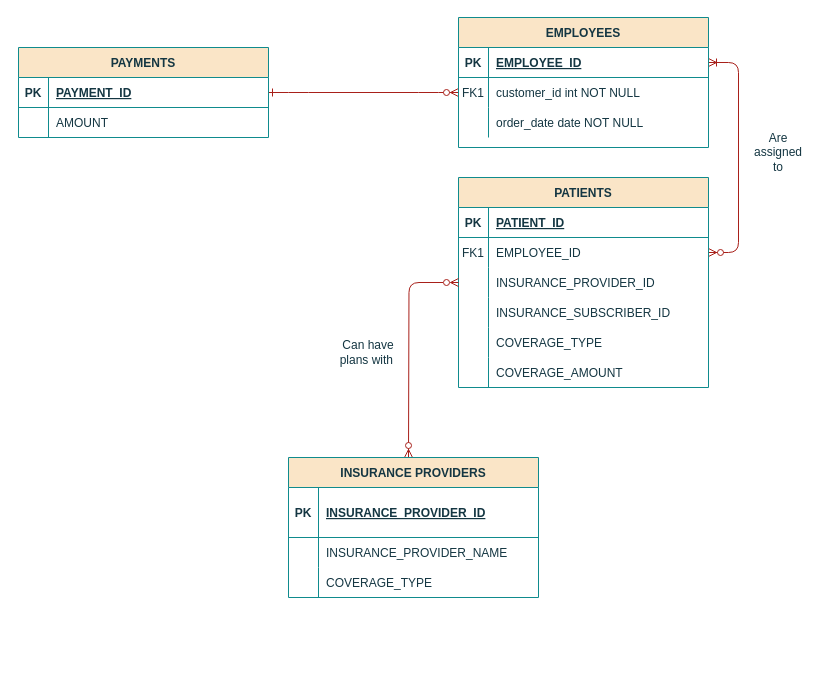
Above: hw.drawio in donjuli990/HW1 (draw.io), before the change. Source tidied: cells renumbered, new cells numbered last; positions are measured from the earlier drawing's top-left corner, leaving out a move shared by most shapes. Both pictures are drawn from the tidied source at 100%, with x=0, y=0 at pixel (18, 17).
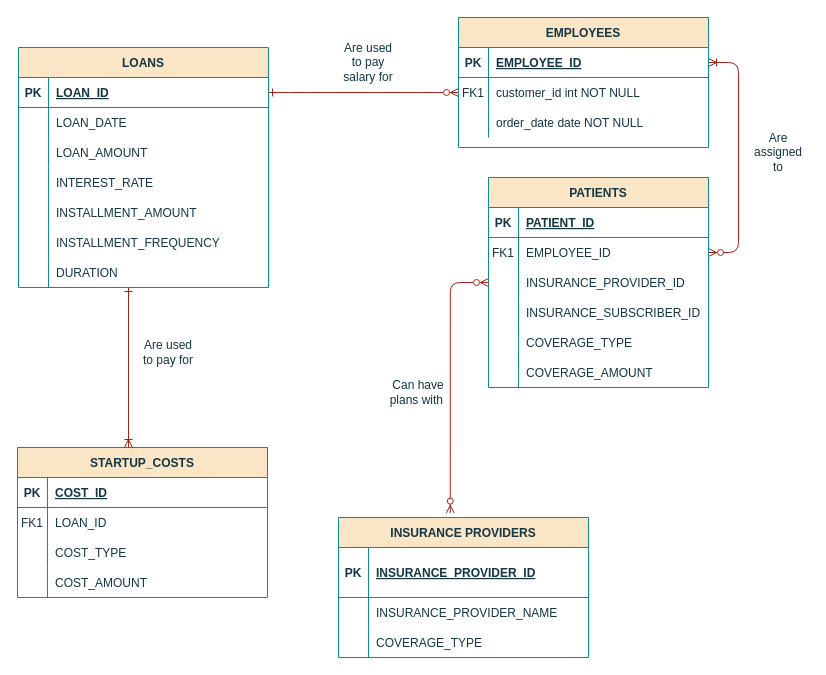
The same diagram, later.

Unchanged cells that the change refers to:
```xml
<mxCell id="34" style="shape=partialRectangle;fillColor=none;points=[[0,0.5],[1,0.5]];portConstraint=eastwest;top=0;left=0;right=0;bottom=1;labelBackgroundColor=none;strokeColor=#0F8B8D;fontColor=#143642;" parent="33" vertex="1">
  <mxGeometry y="30" width="250" height="30" as="geometry" />
</mxCell>
```

Diff of the diagram source:
```diff
@@
     <mxCell id="14" value="PATIENTS" style="shape=table;startSize=30;childLayout=tableLayout;rowLines=0;fontStyle=1;align=center;labelBackgroundColor=none;fillColor=#FAE5C7;strokeColor=#0F8B8D;fontColor=#143642;" parent="1" vertex="1">
-      <mxGeometry x="440" y="160" width="250" height="210" as="geometry" />
+      <mxGeometry x="470" y="160" width="220" height="210" as="geometry" />
     </mxCell>
     <mxCell id="15" style="shape=partialRectangle;fillColor=none;top=0;left=0;right=0;bottom=1;labelBackgroundColor=none;strokeColor=#0F8B8D;fontColor=#143642;" parent="14" vertex="1">
-      <mxGeometry y="30" width="250" height="30" as="geometry" />
+      <mxGeometry y="30" width="220" height="30" as="geometry" />
     </mxCell>
@@
     <mxCell id="17" value="PATIENT_ID" style="shape=partialRectangle;overflow=hidden;fillColor=none;top=0;left=0;bottom=0;right=0;align=left;spacingLeft=6;fontStyle=5;labelBackgroundColor=none;strokeColor=#0F8B8D;fontColor=#143642;" parent="15" vertex="1">
-      <mxGeometry x="30" width="220" height="30" as="geometry" />
+      <mxGeometry x="30" width="190" height="30" as="geometry" />
     </mxCell>
     <mxCell id="18" style="shape=partialRectangle;fillColor=none;points=[[0,0.5],[1,0.5]];portConstraint=eastwest;top=0;left=0;right=0;bottom=0;labelBackgroundColor=none;strokeColor=#0F8B8D;fontColor=#143642;" parent="14" vertex="1">
-      <mxGeometry y="60" width="250" height="30" as="geometry" />
+      <mxGeometry y="60" width="220" height="30" as="geometry" />
     </mxCell>
@@
     <mxCell id="20" value="EMPLOYEE_ID" style="shape=partialRectangle;overflow=hidden;fillColor=none;top=0;left=0;bottom=0;right=0;align=left;spacingLeft=6;labelBackgroundColor=none;strokeColor=#0F8B8D;fontColor=#143642;" parent="18" vertex="1">
-      <mxGeometry x="30" width="220" height="30" as="geometry" />
+      <mxGeometry x="30" width="190" height="30" as="geometry" />
     </mxCell>
     <mxCell id="21" style="shape=partialRectangle;fillColor=none;points=[[0,0.5],[1,0.5]];portConstraint=eastwest;top=0;left=0;right=0;bottom=0;labelBackgroundColor=none;strokeColor=#0F8B8D;fontColor=#143642;" parent="14" vertex="1">
-      <mxGeometry y="90" width="250" height="30" as="geometry" />
+      <mxGeometry y="90" width="220" height="30" as="geometry" />
     </mxCell>
@@
     <mxCell id="23" value="INSURANCE_PROVIDER_ID" style="shape=partialRectangle;overflow=hidden;fillColor=none;top=0;left=0;bottom=0;right=0;align=left;spacingLeft=6;labelBackgroundColor=none;strokeColor=#0F8B8D;fontColor=#143642;" parent="21" vertex="1">
-      <mxGeometry x="30" width="220" height="30" as="geometry" />
+      <mxGeometry x="30" width="190" height="30" as="geometry" />
     </mxCell>
     <mxCell id="24" style="shape=partialRectangle;fillColor=none;top=0;left=0;right=0;bottom=0;labelBackgroundColor=none;strokeColor=#0F8B8D;fontColor=#143642;" parent="14" vertex="1">
-      <mxGeometry y="120" width="250" height="30" as="geometry" />
+      <mxGeometry y="120" width="220" height="30" as="geometry" />
     </mxCell>
@@
     <mxCell id="26" value="INSURANCE_SUBSCRIBER_ID" style="shape=partialRectangle;overflow=hidden;fillColor=none;top=0;left=0;bottom=0;right=0;align=left;spacingLeft=6;labelBackgroundColor=none;strokeColor=#0F8B8D;fontColor=#143642;" parent="24" vertex="1">
-      <mxGeometry x="30" width="220" height="30" as="geometry" />
+      <mxGeometry x="30" width="190" height="30" as="geometry" />
     </mxCell>
     <mxCell id="27" style="shape=partialRectangle;fillColor=none;top=0;left=0;right=0;bottom=0;labelBackgroundColor=none;strokeColor=#0F8B8D;fontColor=#143642;" parent="14" vertex="1">
-      <mxGeometry y="150" width="250" height="30" as="geometry" />
+      <mxGeometry y="150" width="220" height="30" as="geometry" />
     </mxCell>
@@
     <mxCell id="29" value="COVERAGE_TYPE" style="shape=partialRectangle;overflow=hidden;fillColor=none;top=0;left=0;bottom=0;right=0;align=left;spacingLeft=6;labelBackgroundColor=none;strokeColor=#0F8B8D;fontColor=#143642;" parent="27" vertex="1">
-      <mxGeometry x="30" width="220" height="30" as="geometry" />
+      <mxGeometry x="30" width="190" height="30" as="geometry" />
     </mxCell>
     <mxCell id="30" style="shape=partialRectangle;fillColor=none;top=0;left=0;right=0;bottom=0;labelBackgroundColor=none;strokeColor=#0F8B8D;fontColor=#143642;" parent="14" vertex="1">
-      <mxGeometry y="180" width="250" height="30" as="geometry" />
+      <mxGeometry y="180" width="220" height="30" as="geometry" />
     </mxCell>
@@
     <mxCell id="32" value="COVERAGE_AMOUNT" style="shape=partialRectangle;overflow=hidden;fillColor=none;top=0;left=0;bottom=0;right=0;align=left;spacingLeft=6;labelBackgroundColor=none;strokeColor=#0F8B8D;fontColor=#143642;" parent="30" vertex="1">
-      <mxGeometry x="30" width="220" height="30" as="geometry" />
+      <mxGeometry x="30" width="190" height="30" as="geometry" />
     </mxCell>
-    <mxCell id="33" value="PAYMENTS" style="shape=table;startSize=30;childLayout=tableLayout;rowLines=0;fontStyle=1;align=center;labelBackgroundColor=none;fillColor=#FAE5C7;strokeColor=#0F8B8D;fontColor=#143642;" parent="1" vertex="1">
-      <mxGeometry y="30" width="250" height="90" as="geometry" />
+    <mxCell id="33" value="LOANS" style="shape=table;startSize=30;childLayout=tableLayout;rowLines=0;fontStyle=1;align=center;labelBackgroundColor=none;fillColor=#FAE5C7;strokeColor=#0F8B8D;fontColor=#143642;" parent="1" vertex="1">
+      <mxGeometry y="30" width="250" height="240" as="geometry" />
     </mxCell>
@@
-    <mxCell id="36" value="PAYMENT_ID" style="shape=partialRectangle;overflow=hidden;fillColor=none;top=0;left=0;bottom=0;right=0;align=left;spacingLeft=6;fontStyle=5;labelBackgroundColor=none;strokeColor=#0F8B8D;fontColor=#143642;" parent="34" vertex="1">
+    <mxCell id="36" value="LOAN_ID" style="shape=partialRectangle;overflow=hidden;fillColor=none;top=0;left=0;bottom=0;right=0;align=left;spacingLeft=6;fontStyle=5;labelBackgroundColor=none;strokeColor=#0F8B8D;fontColor=#143642;" parent="34" vertex="1">
       <mxGeometry x="30" width="220" height="30" as="geometry" />
     </mxCell>
+    <mxCell id="53" style="shape=partialRectangle;fillColor=none;top=0;left=0;right=0;bottom=0;labelBackgroundColor=none;strokeColor=#0F8B8D;fontColor=#143642;" parent="33" vertex="1">
+      <mxGeometry y="60" width="250" height="30" as="geometry" />
+    </mxCell>
+    <mxCell id="54" style="shape=partialRectangle;overflow=hidden;fillColor=none;top=0;left=0;bottom=0;right=0;labelBackgroundColor=none;strokeColor=#0F8B8D;fontColor=#143642;" parent="53" vertex="1">
+      <mxGeometry width="30" height="30" as="geometry" />
+    </mxCell>
+    <mxCell id="55" value="LOAN_DATE" style="shape=partialRectangle;overflow=hidden;fillColor=none;top=0;left=0;bottom=0;right=0;align=left;spacingLeft=6;labelBackgroundColor=none;strokeColor=#0F8B8D;fontColor=#143642;" parent="53" vertex="1">
+      <mxGeometry x="30" width="220" height="30" as="geometry" />
+    </mxCell>
     <mxCell id="37" style="shape=partialRectangle;fillColor=none;top=0;left=0;right=0;bottom=0;labelBackgroundColor=none;strokeColor=#0F8B8D;fontColor=#143642;" parent="33" vertex="1">
-      <mxGeometry y="60" width="250" height="30" as="geometry" />
+      <mxGeometry y="90" width="250" height="30" as="geometry" />
     </mxCell>
@@
-    <mxCell id="39" value="AMOUNT" style="shape=partialRectangle;overflow=hidden;fillColor=none;top=0;left=0;bottom=0;right=0;align=left;spacingLeft=6;labelBackgroundColor=none;strokeColor=#0F8B8D;fontColor=#143642;" parent="37" vertex="1">
+    <mxCell id="39" value="LOAN_AMOUNT" style="shape=partialRectangle;overflow=hidden;fillColor=none;top=0;left=0;bottom=0;right=0;align=left;spacingLeft=6;labelBackgroundColor=none;strokeColor=#0F8B8D;fontColor=#143642;" parent="37" vertex="1">
       <mxGeometry x="30" width="220" height="30" as="geometry" />
     </mxCell>
+    <mxCell id="56" style="shape=partialRectangle;fillColor=none;top=0;left=0;right=0;bottom=0;labelBackgroundColor=none;strokeColor=#0F8B8D;fontColor=#143642;" parent="33" vertex="1">
+      <mxGeometry y="120" width="250" height="30" as="geometry" />
+    </mxCell>
+    <mxCell id="57" style="shape=partialRectangle;overflow=hidden;fillColor=none;top=0;left=0;bottom=0;right=0;labelBackgroundColor=none;strokeColor=#0F8B8D;fontColor=#143642;" parent="56" vertex="1">
+      <mxGeometry width="30" height="30" as="geometry" />
+    </mxCell>
+    <mxCell id="58" value="INTEREST_RATE" style="shape=partialRectangle;overflow=hidden;fillColor=none;top=0;left=0;bottom=0;right=0;align=left;spacingLeft=6;labelBackgroundColor=none;strokeColor=#0F8B8D;fontColor=#143642;" parent="56" vertex="1">
+      <mxGeometry x="30" width="220" height="30" as="geometry" />
+    </mxCell>
+    <mxCell id="59" style="shape=partialRectangle;fillColor=none;top=0;left=0;right=0;bottom=0;labelBackgroundColor=none;strokeColor=#0F8B8D;fontColor=#143642;" parent="33" vertex="1">
+      <mxGeometry y="150" width="250" height="30" as="geometry" />
+    </mxCell>
+    <mxCell id="60" style="shape=partialRectangle;overflow=hidden;fillColor=none;top=0;left=0;bottom=0;right=0;labelBackgroundColor=none;strokeColor=#0F8B8D;fontColor=#143642;" parent="59" vertex="1">
+      <mxGeometry width="30" height="30" as="geometry" />
+    </mxCell>
+    <mxCell id="61" value="INSTALLMENT_AMOUNT" style="shape=partialRectangle;overflow=hidden;fillColor=none;top=0;left=0;bottom=0;right=0;align=left;spacingLeft=6;labelBackgroundColor=none;strokeColor=#0F8B8D;fontColor=#143642;" parent="59" vertex="1">
+      <mxGeometry x="30" width="220" height="30" as="geometry" />
+    </mxCell>
+    <mxCell id="62" style="shape=partialRectangle;fillColor=none;top=0;left=0;right=0;bottom=0;labelBackgroundColor=none;strokeColor=#0F8B8D;fontColor=#143642;" parent="33" vertex="1">
+      <mxGeometry y="180" width="250" height="30" as="geometry" />
+    </mxCell>
+    <mxCell id="63" style="shape=partialRectangle;overflow=hidden;fillColor=none;top=0;left=0;bottom=0;right=0;labelBackgroundColor=none;strokeColor=#0F8B8D;fontColor=#143642;" parent="62" vertex="1">
+      <mxGeometry width="30" height="30" as="geometry" />
+    </mxCell>
+    <mxCell id="64" value="INSTALLMENT_FREQUENCY" style="shape=partialRectangle;overflow=hidden;fillColor=none;top=0;left=0;bottom=0;right=0;align=left;spacingLeft=6;labelBackgroundColor=none;strokeColor=#0F8B8D;fontColor=#143642;" parent="62" vertex="1">
+      <mxGeometry x="30" width="220" height="30" as="geometry" />
+    </mxCell>
+    <mxCell id="65" style="shape=partialRectangle;fillColor=none;top=0;left=0;right=0;bottom=0;labelBackgroundColor=none;strokeColor=#0F8B8D;fontColor=#143642;" parent="33" vertex="1">
+      <mxGeometry y="210" width="250" height="30" as="geometry" />
+    </mxCell>
+    <mxCell id="66" style="shape=partialRectangle;overflow=hidden;fillColor=none;top=0;left=0;bottom=0;right=0;labelBackgroundColor=none;strokeColor=#0F8B8D;fontColor=#143642;" parent="65" vertex="1">
+      <mxGeometry width="30" height="30" as="geometry" />
+    </mxCell>
+    <mxCell id="67" value="DURATION" style="shape=partialRectangle;overflow=hidden;fillColor=none;top=0;left=0;bottom=0;right=0;align=left;spacingLeft=6;labelBackgroundColor=none;strokeColor=#0F8B8D;fontColor=#143642;" parent="65" vertex="1">
+      <mxGeometry x="30" width="220" height="30" as="geometry" />
+    </mxCell>
@@
-    <mxCell id="41" style="endArrow=ERzeroToMany;startArrow=ERzeroToMany;endFill=1;startFill=0;labelBackgroundColor=none;strokeColor=#A8201A;fontColor=default;edgeStyle=orthogonalEdgeStyle;exitX=0;exitY=0.5;exitDx=0;exitDy=0;" parent="1" edge="1" source="21">
-      <mxGeometry relative="1" as="geometry">
-        <mxPoint x="390" y="440" as="targetPoint" />
-      </mxGeometry>
+    <mxCell id="41" style="endArrow=ERzeroToMany;startArrow=ERzeroToMany;endFill=1;startFill=0;labelBackgroundColor=none;strokeColor=#A8201A;fontColor=default;edgeStyle=orthogonalEdgeStyle;exitX=0;exitY=0.5;exitDx=0;exitDy=0;entryX=0.447;entryY=-0.031;entryDx=0;entryDy=0;entryPerimeter=0;" parent="1" edge="1" source="21" target="42">
+      <mxGeometry relative="1" as="geometry" />
     </mxCell>
     <mxCell id="42" value="INSURANCE PROVIDERS" style="shape=table;startSize=30;childLayout=tableLayout;rowLines=0;fontStyle=1;align=center;labelBackgroundColor=none;fillColor=#FAE5C7;strokeColor=#0F8B8D;fontColor=#143642;" parent="1" vertex="1">
-      <mxGeometry x="270" y="440" width="250" height="140" as="geometry" />
+      <mxGeometry x="320" y="500" width="250" height="140" as="geometry" />
     </mxCell>
@@
     <mxCell id="52" value="Can have plans with&amp;nbsp;" style="text;html=1;align=center;verticalAlign=middle;whiteSpace=wrap;rounded=0;fontColor=#143642;" parent="1" vertex="1">
-      <mxGeometry x="320" y="320" width="60" height="30" as="geometry" />
+      <mxGeometry x="370" y="360" width="60" height="30" as="geometry" />
     </mxCell>
+    <mxCell id="68" value="STARTUP_COSTS" style="shape=table;startSize=30;childLayout=tableLayout;rowLines=0;fontStyle=1;align=center;labelBackgroundColor=none;fillColor=#FAE5C7;strokeColor=#0F8B8D;fontColor=#143642;" parent="1" vertex="1">
+      <mxGeometry x="-1" y="430" width="250" height="150" as="geometry" />
+    </mxCell>
+    <mxCell id="69" style="shape=partialRectangle;fillColor=none;top=0;left=0;right=0;bottom=1;labelBackgroundColor=none;strokeColor=#0F8B8D;fontColor=#143642;" parent="68" vertex="1">
+      <mxGeometry y="30" width="250" height="30" as="geometry" />
+    </mxCell>
+    <mxCell id="70" value="PK" style="shape=partialRectangle;overflow=hidden;fillColor=none;top=0;left=0;bottom=0;right=0;fontStyle=1;labelBackgroundColor=none;strokeColor=#0F8B8D;fontColor=#143642;" parent="69" vertex="1">
+      <mxGeometry width="30" height="30" as="geometry" />
+    </mxCell>
+    <mxCell id="71" value="COST_ID" style="shape=partialRectangle;overflow=hidden;fillColor=none;top=0;left=0;bottom=0;right=0;align=left;spacingLeft=6;fontStyle=5;labelBackgroundColor=none;strokeColor=#0F8B8D;fontColor=#143642;" parent="69" vertex="1">
+      <mxGeometry x="30" width="220" height="30" as="geometry" />
+    </mxCell>
+    <mxCell id="72" style="shape=partialRectangle;fillColor=none;top=0;left=0;right=0;bottom=0;labelBackgroundColor=none;strokeColor=#0F8B8D;fontColor=#143642;" parent="68" vertex="1">
+      <mxGeometry y="60" width="250" height="30" as="geometry" />
+    </mxCell>
+    <mxCell id="73" value="FK1" style="shape=partialRectangle;overflow=hidden;fillColor=none;top=0;left=0;bottom=0;right=0;labelBackgroundColor=none;strokeColor=#0F8B8D;fontColor=#143642;" parent="72" vertex="1">
+      <mxGeometry width="30" height="30" as="geometry" />
+    </mxCell>
+    <mxCell id="74" value="LOAN_ID" style="shape=partialRectangle;overflow=hidden;fillColor=none;top=0;left=0;bottom=0;right=0;align=left;spacingLeft=6;labelBackgroundColor=none;strokeColor=#0F8B8D;fontColor=#143642;" parent="72" vertex="1">
+      <mxGeometry x="30" width="220" height="30" as="geometry" />
+    </mxCell>
+    <mxCell id="75" style="shape=partialRectangle;fillColor=none;top=0;left=0;right=0;bottom=0;labelBackgroundColor=none;strokeColor=#0F8B8D;fontColor=#143642;" parent="68" vertex="1">
+      <mxGeometry y="90" width="250" height="30" as="geometry" />
+    </mxCell>
+    <mxCell id="76" style="shape=partialRectangle;overflow=hidden;fillColor=none;top=0;left=0;bottom=0;right=0;labelBackgroundColor=none;strokeColor=#0F8B8D;fontColor=#143642;" parent="75" vertex="1">
+      <mxGeometry width="30" height="30" as="geometry" />
+    </mxCell>
+    <mxCell id="77" value="COST_TYPE" style="shape=partialRectangle;overflow=hidden;fillColor=none;top=0;left=0;bottom=0;right=0;align=left;spacingLeft=6;labelBackgroundColor=none;strokeColor=#0F8B8D;fontColor=#143642;" parent="75" vertex="1">
+      <mxGeometry x="30" width="220" height="30" as="geometry" />
+    </mxCell>
+    <mxCell id="78" style="shape=partialRectangle;fillColor=none;top=0;left=0;right=0;bottom=0;labelBackgroundColor=none;strokeColor=#0F8B8D;fontColor=#143642;" parent="68" vertex="1">
+      <mxGeometry y="120" width="250" height="30" as="geometry" />
+    </mxCell>
+    <mxCell id="79" style="shape=partialRectangle;overflow=hidden;fillColor=none;top=0;left=0;bottom=0;right=0;labelBackgroundColor=none;strokeColor=#0F8B8D;fontColor=#143642;" parent="78" vertex="1">
+      <mxGeometry width="30" height="30" as="geometry" />
+    </mxCell>
+    <mxCell id="80" value="COST_AMOUNT" style="shape=partialRectangle;overflow=hidden;fillColor=none;top=0;left=0;bottom=0;right=0;align=left;spacingLeft=6;labelBackgroundColor=none;strokeColor=#0F8B8D;fontColor=#143642;" parent="78" vertex="1">
+      <mxGeometry x="30" width="220" height="30" as="geometry" />
+    </mxCell>
+    <mxCell id="81" value="Are used to pay for" style="text;html=1;align=center;verticalAlign=middle;whiteSpace=wrap;rounded=0;fontColor=#143642;" parent="1" vertex="1">
+      <mxGeometry x="120" y="320" width="60" height="30" as="geometry" />
+    </mxCell>
+    <mxCell id="82" style="endArrow=ERoneToMany;startArrow=ERone;endFill=0;startFill=0;labelBackgroundColor=none;strokeColor=#A8201A;fontColor=default;" parent="1" edge="1">
+      <mxGeometry relative="1" as="geometry">
+        <mxPoint x="110" y="270" as="sourcePoint" />
+        <mxPoint x="110" y="430" as="targetPoint" />
+      </mxGeometry>
+    </mxCell>
+    <mxCell id="83" value="Are used to pay salary for" style="text;html=1;align=center;verticalAlign=middle;whiteSpace=wrap;rounded=0;fontColor=#143642;" parent="1" vertex="1">
+      <mxGeometry x="320" y="30" width="60" height="30" as="geometry" />
+    </mxCell>
```
